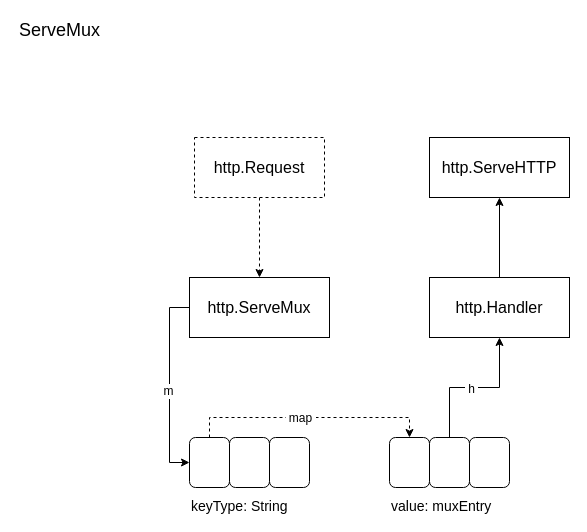
oiar/assets keeps this draw.io diagram as page "ServeMux" (5 of 5) of go-net.drawio. Above is the earlier version. Source tidied: cells renumbered, new cells numbered last; positions are measured from the earlier drawing's top-left corner, leaving out a move shared by most shapes. Both pictures are drawn from the tidied source at 100%, with x=0, y=0 at pixel (17, 17).
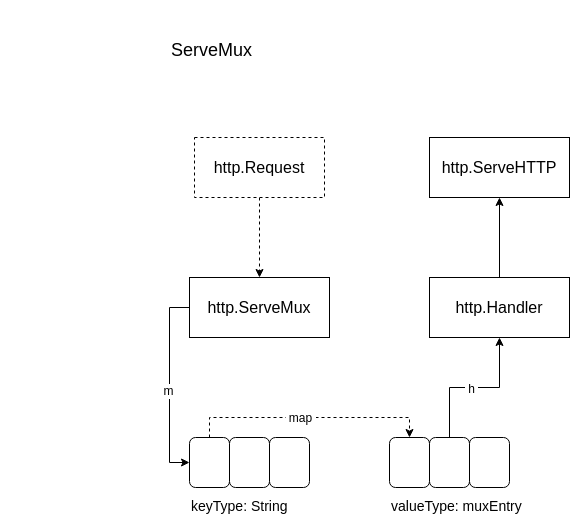
The same page after the edit.

Diff of the diagram source:
```diff
@@
     <mxCell id="2" value="&lt;font style=&quot;font-size: 18px&quot;&gt;ServeMux&lt;/font&gt;" style="text;html=1;align=left;verticalAlign=top;spacingTop=-4;" parent="1" vertex="1">
-      <mxGeometry width="100" height="20" as="geometry" />
+      <mxGeometry x="152" y="20" width="100" height="20" as="geometry" />
     </mxCell>
@@
-    <mxCell id="17" value="&lt;font style=&quot;font-size: 14px&quot;&gt;value: muxEntry&lt;/font&gt;" style="text;html=1;align=left;verticalAlign=top;spacingTop=-4;" parent="1" vertex="1">
-      <mxGeometry x="372" y="478" width="120" height="20" as="geometry" />
+    <mxCell id="17" value="&lt;font style=&quot;font-size: 14px&quot;&gt;valueType: muxEntry&lt;/font&gt;" style="text;html=1;align=left;verticalAlign=top;spacingTop=-4;" parent="1" vertex="1">
+      <mxGeometry x="372" y="478" width="150" height="20" as="geometry" />
     </mxCell>
```
